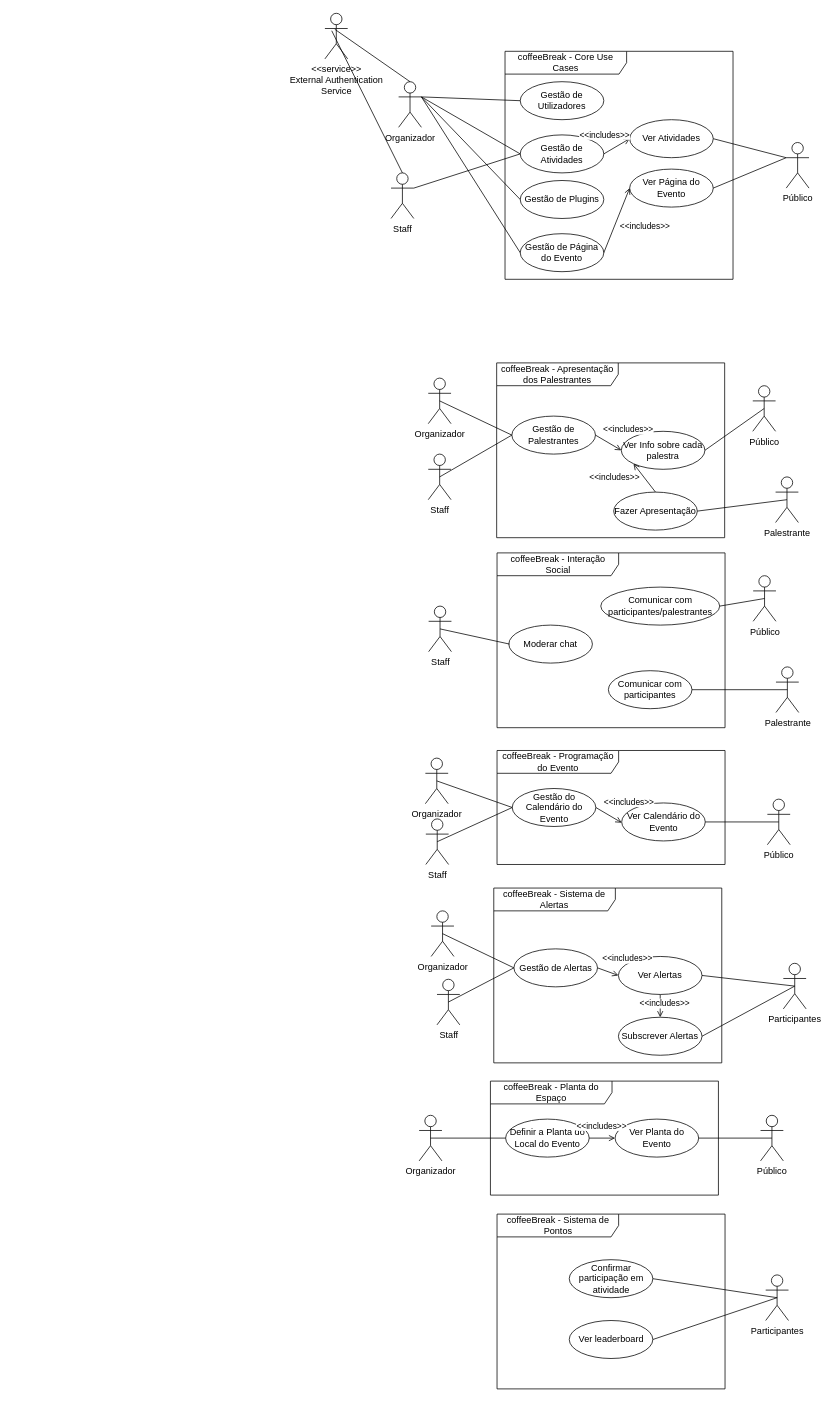
Before: coffeeBreak.drawio in PI-coffeeBreak/diagrams, a draw.io diagram. Source tidied: cells renumbered, new cells numbered last; positions are measured from the earlier drawing's top-left corner, leaving out a move shared by most shapes. Both pictures are drawn from the tidied source at 76%, with x=0, y=0 at pixel (325, 13).
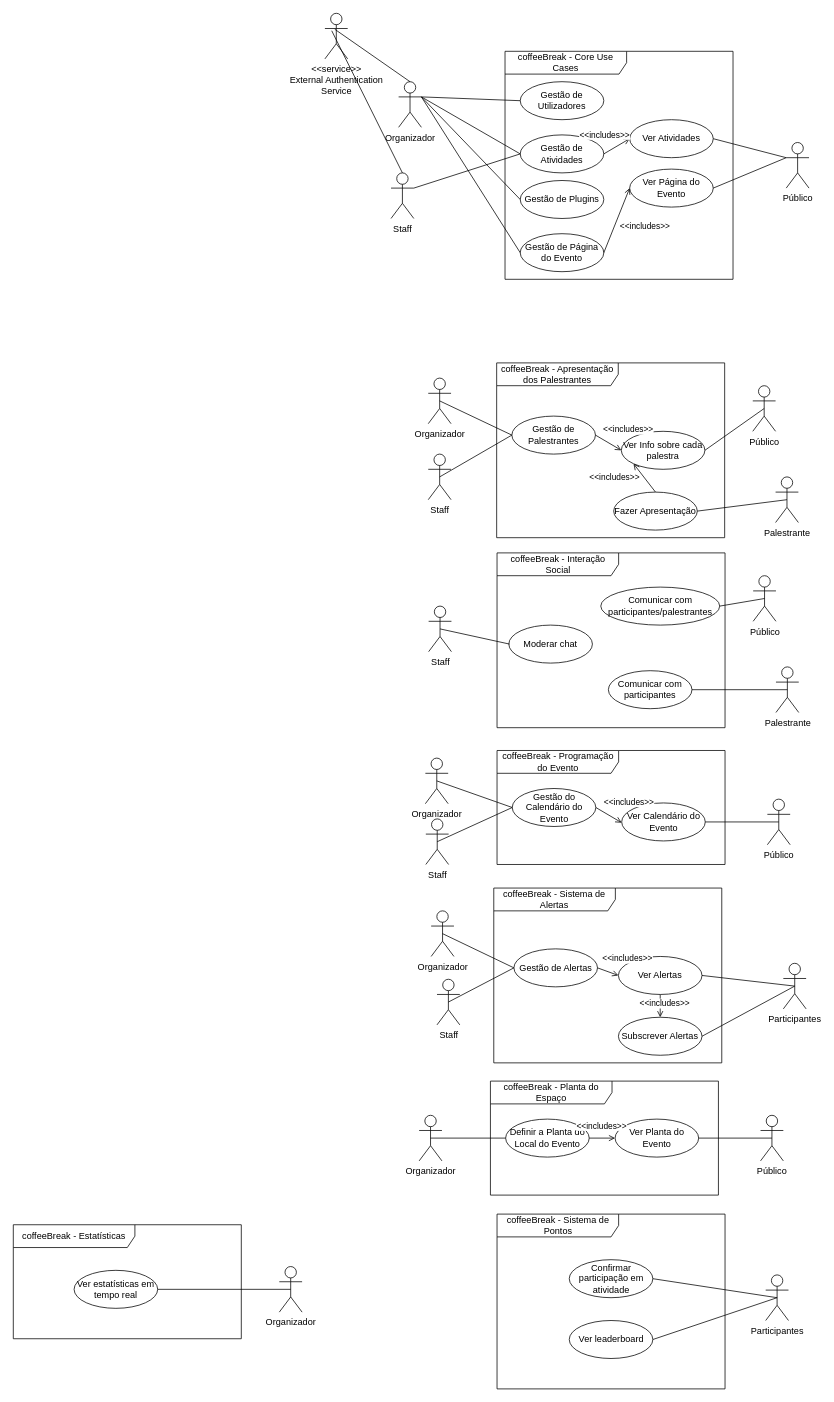
After the change.

What changed in the source:
```diff
@@
+    <mxCell id="93" value="coffeeBreak - Estatísticas" style="shape=umlFrame;whiteSpace=wrap;html=1;width=160;" parent="1" vertex="1">
+      <mxGeometry x="-410" y="1594" width="300" height="150" as="geometry" />
+    </mxCell>
+    <mxCell id="94" value="Ver estatísticas em tempo real" style="ellipse;whiteSpace=wrap;html=1;" parent="93" vertex="1">
+      <mxGeometry x="80" y="60" width="110" height="50" as="geometry" />
+    </mxCell>
+    <mxCell id="95" value="Organizador&lt;div&gt;&lt;br&gt;&lt;/div&gt;" style="shape=umlActor;verticalLabelPosition=bottom;verticalAlign=top;html=1;" parent="1" vertex="1">
+      <mxGeometry x="-60" y="1649" width="30" height="60" as="geometry" />
+    </mxCell>
+    <mxCell id="96" style="endArrow=none;html=1;rounded=0;exitX=1;exitY=0.5;exitDx=0;exitDy=0;entryX=0.5;entryY=0.5;entryDx=0;entryDy=0;entryPerimeter=0;" parent="1" edge="1" source="94" target="95">
+      <mxGeometry relative="1" as="geometry" />
+    </mxCell>
```
